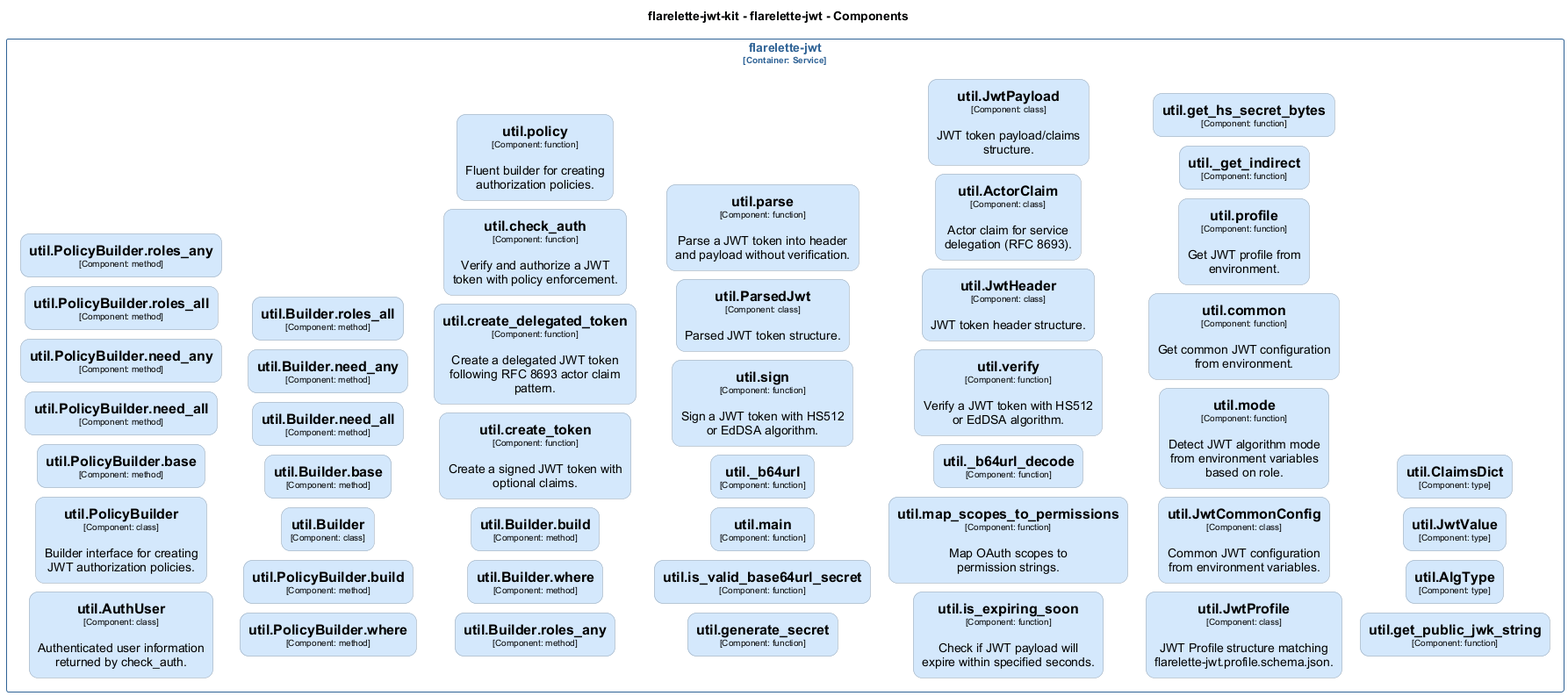
The PlantUML diagram docs/architecture/diagrams/structurizr-Classes_flarelette_jwt__util.png in chrislyons-dev/flarelette-jwt-kit, before a commit.
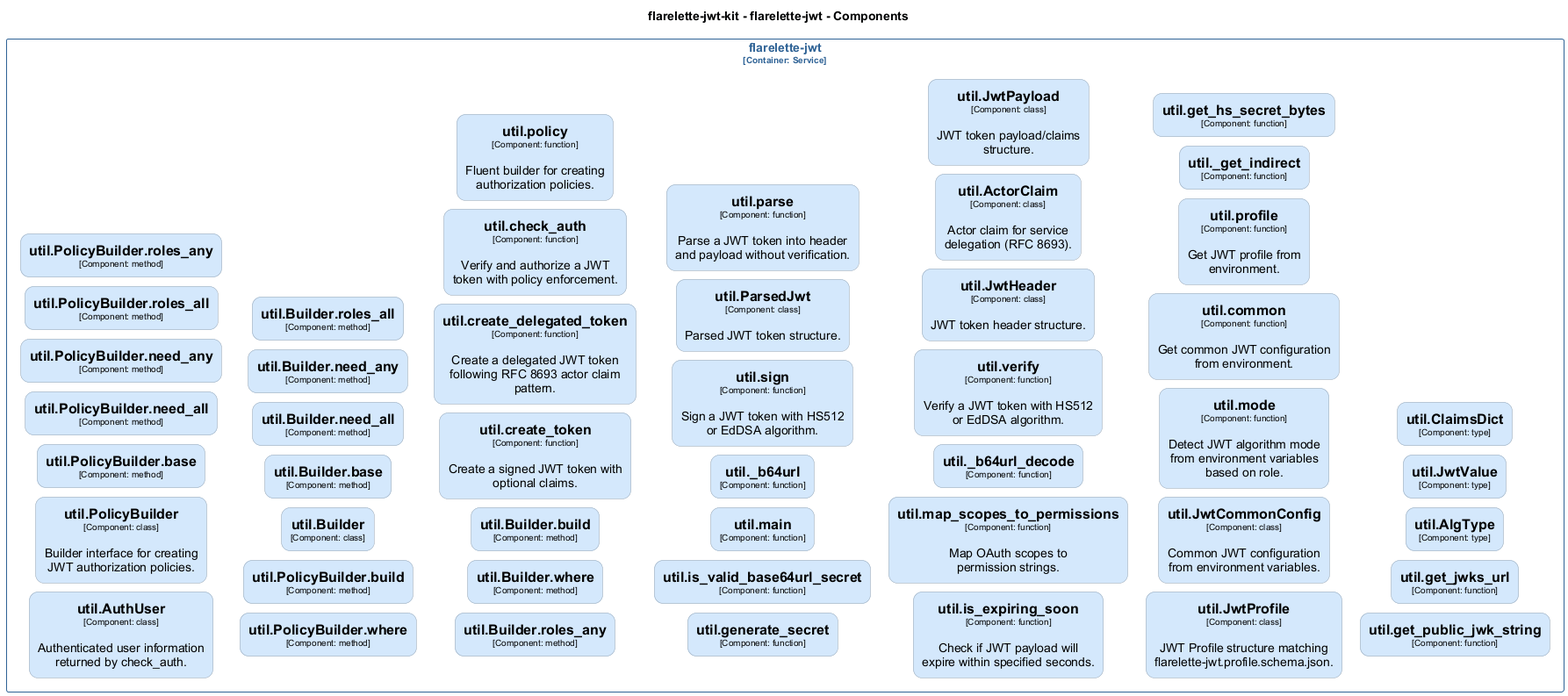
Later version of the same file.

What changed in the source:
```diff
@@ -261,6 +261,13 @@
   roundCorner 20
   shadowing false
 }
+skinparam rectangle<<flarelettejwtkit.flarelettejwt.utilget_jwks_url>> {
+  BackgroundColor #d4e8fc
+  FontColor #000000
+  BorderColor #94a2b0
+  roundCorner 20
+  shadowing false
+}
 skinparam rectangle<<flarelettejwtkit.flarelettejwt.utilget_public_jwk_string>> {
   BackgroundColor #d4e8fc
   FontColor #000000
@@ -388,6 +395,7 @@
   rectangle "==util._get_indirect\n<size:10>[Component: function]</size>" <<flarelettejwtkit.flarelettejwt.util_get_indirect>> as flarelettejwtkit.flarelettejwt.util_get_indirect
   rectangle "==util.get_hs_secret_bytes\n<size:10>[Component: function]</size>" <<flarelettejwtkit.flarelettejwt.utilget_hs_secret_bytes>> as flarelettejwtkit.flarelettejwt.utilget_hs_secret_bytes
   rectangle "==util.get_public_jwk_string\n<size:10>[Component: function]</size>" <<flarelettejwtkit.flarelettejwt.utilget_public_jwk_string>> as flarelettejwtkit.flarelettejwt.utilget_public_jwk_string
+  rectangle "==util.get_jwks_url\n<size:10>[Component: function]</size>" <<flarelettejwtkit.flarelettejwt.utilget_jwks_url>> as flarelettejwtkit.flarelettejwt.utilget_jwks_url
   rectangle "==util.AlgType\n<size:10>[Component: type]</size>" <<flarelettejwtkit.flarelettejwt.utilAlgType>> as flarelettejwtkit.flarelettejwt.utilAlgType
   rectangle "==util.JwtValue\n<size:10>[Component: type]</size>" <<flarelettejwtkit.flarelettejwt.utilJwtValue>> as flarelettejwtkit.flarelettejwt.utilJwtValue
   rectangle "==util.ClaimsDict\n<size:10>[Component: type]</size>" <<flarelettejwtkit.flarelettejwt.utilClaimsDict>> as flarelettejwtkit.flarelettejwt.utilClaimsDict
```
